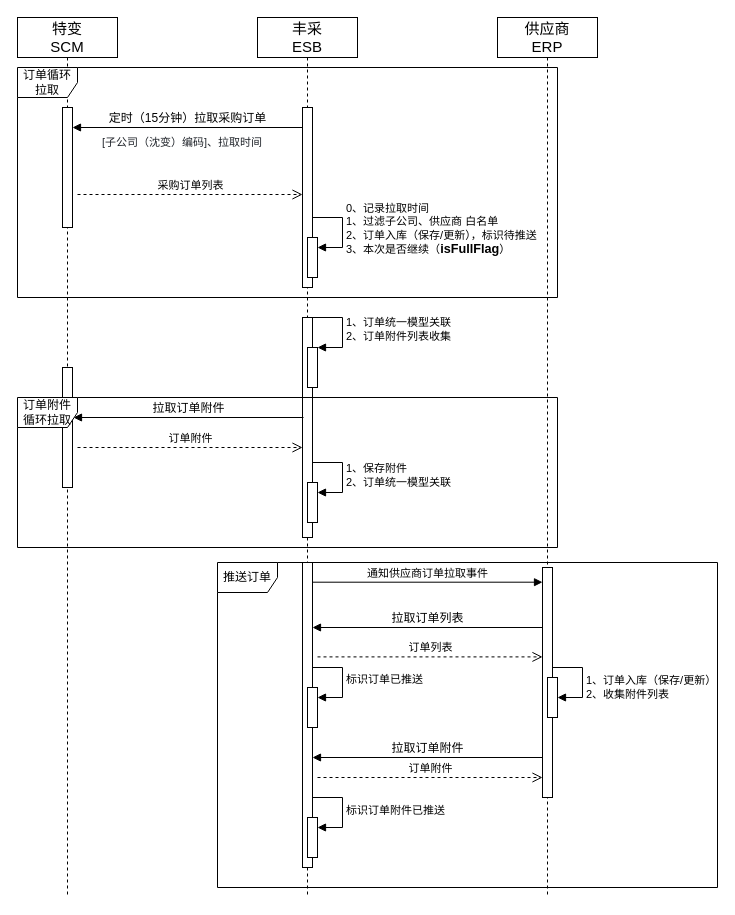
Utihbi/pics keeps this draw.io diagram as page "采购订单推送" (6 of 7) of 业务系统/fc/特变方案图.drawio. Above is the earlier version. Source tidied: cells renumbered, new cells numbered last; positions are measured from the earlier drawing's top-left corner, leaving out a move shared by most shapes. Both pictures are drawn from the tidied source at 100%, with x=0, y=0 at pixel (17, 17).
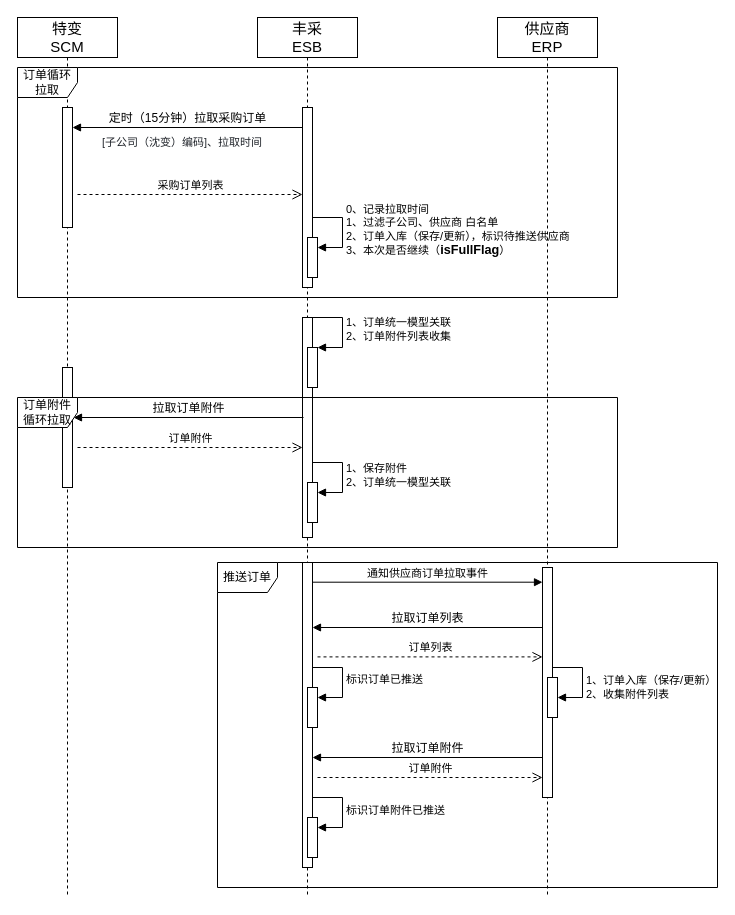
The same diagram, later.

Unchanged cells that the change refers to:
```xml
<mxCell id="2" value="&lt;span style=&quot;font-size: 15px;&quot;&gt;丰采&lt;/span&gt;&lt;div style=&quot;font-size: 15px;&quot;&gt;ESB&lt;/div&gt;" style="shape=umlLifeline;perimeter=lifelinePerimeter;whiteSpace=wrap;html=1;newEdgeStyle={&quot;edgeStyle&quot;:&quot;elbowEdgeStyle&quot;,&quot;elbow&quot;:&quot;vertical&quot;,&quot;curved&quot;:0,&quot;rounded&quot;:0};" parent="1" vertex="1">
  <mxGeometry x="240" width="100" height="880" as="geometry" />
</mxCell>
<mxCell id="4" style="html=1;points=[[0,0,0,0,5],[0,1,0,0,-5],[1,0,0,0,5],[1,1,0,0,-5]];perimeter=orthogonalPerimeter;outlineConnect=0;targetShapes=umlLifeline;portConstraint=eastwest;newEdgeStyle={&quot;curved&quot;:0,&quot;rounded&quot;:0};" parent="2" vertex="1">
  <mxGeometry x="50" y="220" width="10" height="40" as="geometry" />
</mxCell>
```

Diff of the diagram source:
```diff
@@
-    <mxCell id="5" value="&lt;div&gt;0、记录拉取时间&lt;/div&gt;&lt;div&gt;1、过滤子公司、供应商 白名单&lt;/div&gt;2、订单入库（保存/更新），标识待推送&lt;div&gt;3、本次是否继续（&lt;b style=&quot;color: light-dark(rgb(0, 0, 0), rgb(255, 255, 255));&quot;&gt;&lt;span style=&quot;font-family: 等线; font-size: 9.5pt;&quot;&gt;isFullFlag&lt;/span&gt;&lt;/b&gt;&lt;span style=&quot;background-color: light-dark(#ffffff, var(--ge-dark-color, #121212)); color: light-dark(rgb(0, 0, 0), rgb(255, 255, 255));&quot;&gt;）&lt;/span&gt;&lt;/div&gt;" style="html=1;align=left;spacingLeft=2;endArrow=block;rounded=0;edgeStyle=orthogonalEdgeStyle;curved=0;rounded=0;" parent="2" edge="1" target="4">
-      <mxGeometry x="-0.01" relative="1" as="geometry">
+    <mxCell id="5" value="&lt;div&gt;0、记录拉取时间&lt;/div&gt;&lt;div&gt;1、过滤子公司、供应商 白名单&lt;/div&gt;2、订单入库（保存/更新），标识待推送供应商&lt;div&gt;3、本次是否继续（&lt;b style=&quot;color: light-dark(rgb(0, 0, 0), rgb(255, 255, 255));&quot;&gt;&lt;span style=&quot;font-family: 等线; font-size: 9.5pt;&quot;&gt;isFullFlag&lt;/span&gt;&lt;/b&gt;&lt;span style=&quot;background-color: light-dark(#ffffff, var(--ge-dark-color, #121212)); color: light-dark(rgb(0, 0, 0), rgb(255, 255, 255));&quot;&gt;）&lt;/span&gt;&lt;/div&gt;" style="html=1;align=left;spacingLeft=2;endArrow=block;rounded=0;edgeStyle=orthogonalEdgeStyle;curved=0;rounded=0;" parent="2" edge="1" target="4">
+      <mxGeometry relative="1" as="geometry">
         <mxPoint x="55" y="200" as="sourcePoint" />
         <Array as="points">
           <mxPoint x="85" y="230" />
         </Array>
       </mxGeometry>
     </mxCell>
@@
     <mxCell id="22" value="订单循环拉取" style="shape=umlFrame;whiteSpace=wrap;html=1;" parent="1" vertex="1">
-      <mxGeometry y="50" width="540" height="230" as="geometry" />
+      <mxGeometry y="50" width="600" height="230" as="geometry" />
     </mxCell>
@@
     <mxCell id="34" value="订单附件循环拉取" style="shape=umlFrame;whiteSpace=wrap;html=1;" parent="1" vertex="1">
-      <mxGeometry y="380" width="540" height="150" as="geometry" />
+      <mxGeometry y="380" width="600" height="150" as="geometry" />
     </mxCell>
```
